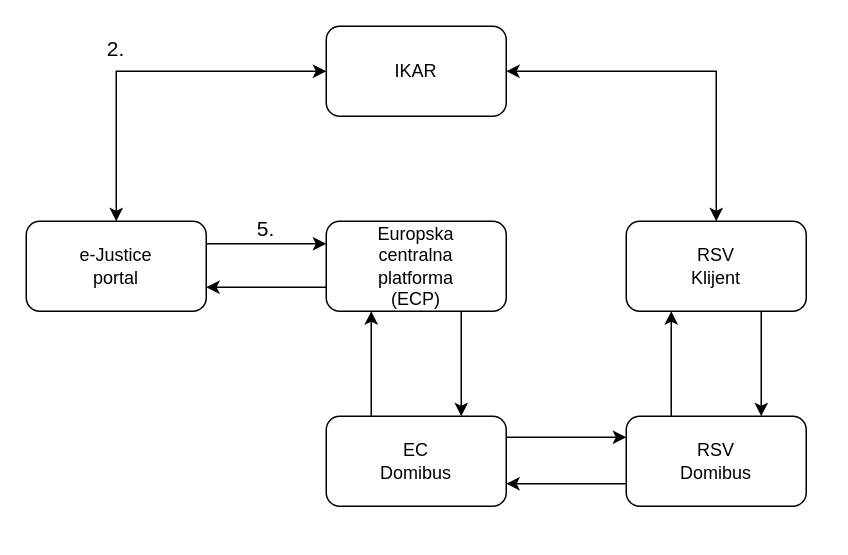
augarkovic/boris-nias keeps this draw.io diagram as koraci.drawio. Above is the earlier version. Source tidied: cells renumbered, new cells numbered last; positions are measured from the earlier drawing's top-left corner, leaving out a move shared by most shapes. Both pictures are drawn from the tidied source at 150%, with x=0, y=0 at pixel (26, 26).
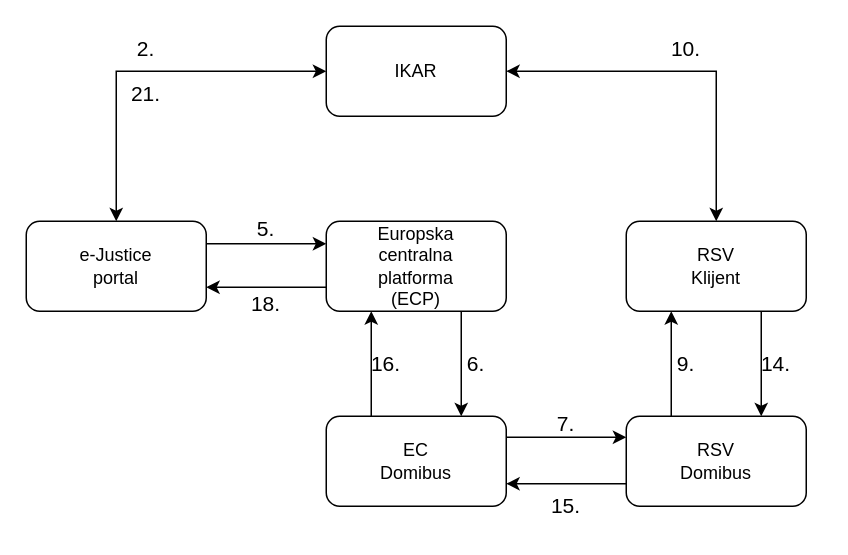
Above is the later version.

Change to the diagram source:
```diff
@@
     <mxCell id="24" value="&lt;font style=&quot;font-size: 14px;&quot;&gt;2.&lt;/font&gt;" style="text;html=1;align=center;verticalAlign=middle;whiteSpace=wrap;rounded=0;" parent="1" vertex="1">
-      <mxGeometry x="30" width="60" height="30" as="geometry" />
+      <mxGeometry x="50" width="60" height="30" as="geometry" />
     </mxCell>
@@
+    <mxCell id="26" value="&lt;font style=&quot;font-size: 14px;&quot;&gt;6.&lt;/font&gt;" style="text;html=1;align=center;verticalAlign=middle;whiteSpace=wrap;rounded=0;" parent="1" vertex="1">
+      <mxGeometry x="270" y="210" width="60" height="30" as="geometry" />
+    </mxCell>
+    <mxCell id="27" value="&lt;font style=&quot;font-size: 14px;&quot;&gt;7.&lt;/font&gt;" style="text;html=1;align=center;verticalAlign=middle;whiteSpace=wrap;rounded=0;" parent="1" vertex="1">
+      <mxGeometry x="330" y="250" width="60" height="30" as="geometry" />
+    </mxCell>
+    <mxCell id="28" value="&lt;font style=&quot;font-size: 14px;&quot;&gt;9.&lt;/font&gt;" style="text;html=1;align=center;verticalAlign=middle;whiteSpace=wrap;rounded=0;" parent="1" vertex="1">
+      <mxGeometry x="410" y="210" width="60" height="30" as="geometry" />
+    </mxCell>
+    <mxCell id="29" value="&lt;font style=&quot;font-size: 14px;&quot;&gt;14.&lt;/font&gt;" style="text;html=1;align=center;verticalAlign=middle;whiteSpace=wrap;rounded=0;" parent="1" vertex="1">
+      <mxGeometry x="470" y="210" width="60" height="30" as="geometry" />
+    </mxCell>
+    <mxCell id="30" value="&lt;font style=&quot;font-size: 14px;&quot;&gt;15.&lt;/font&gt;" style="text;html=1;align=center;verticalAlign=middle;whiteSpace=wrap;rounded=0;" parent="1" vertex="1">
+      <mxGeometry x="330" y="305" width="60" height="30" as="geometry" />
+    </mxCell>
+    <mxCell id="31" value="&lt;font style=&quot;font-size: 14px;&quot;&gt;16.&lt;/font&gt;" style="text;html=1;align=center;verticalAlign=middle;whiteSpace=wrap;rounded=0;" parent="1" vertex="1">
+      <mxGeometry x="210" y="210" width="60" height="30" as="geometry" />
+    </mxCell>
+    <mxCell id="32" value="&lt;font style=&quot;font-size: 14px;&quot;&gt;10.&lt;/font&gt;" style="text;html=1;align=center;verticalAlign=middle;whiteSpace=wrap;rounded=0;" parent="1" vertex="1">
+      <mxGeometry x="410" width="60" height="30" as="geometry" />
+    </mxCell>
+    <mxCell id="33" value="&lt;font style=&quot;font-size: 14px;&quot;&gt;18.&lt;/font&gt;" style="text;html=1;align=center;verticalAlign=middle;whiteSpace=wrap;rounded=0;" parent="1" vertex="1">
+      <mxGeometry x="130" y="170" width="60" height="30" as="geometry" />
+    </mxCell>
+    <mxCell id="34" value="&lt;font style=&quot;font-size: 14px;&quot;&gt;21.&lt;/font&gt;" style="text;html=1;align=center;verticalAlign=middle;whiteSpace=wrap;rounded=0;" parent="1" vertex="1">
+      <mxGeometry x="50" y="30" width="60" height="30" as="geometry" />
+    </mxCell>
```
